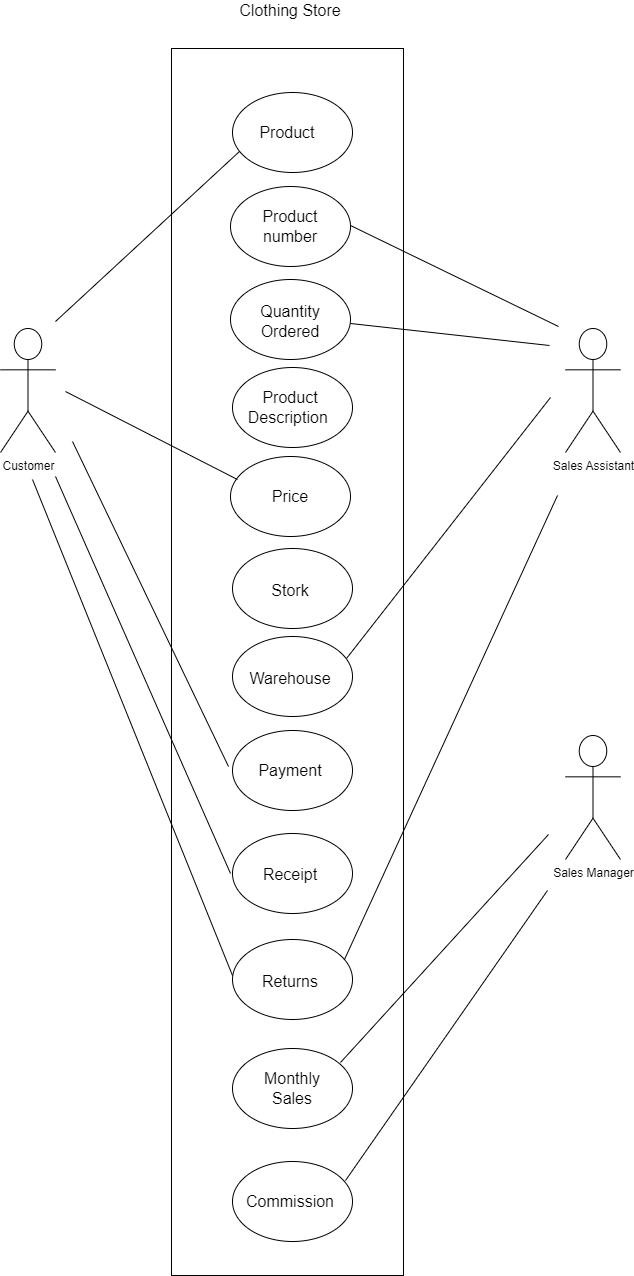
The draw.io diagram Untitled Diagram.drawio.png in Jessnet7/UML, before a commit. Source tidied: cells renumbered, new cells last; positions are measured from the earlier drawing's top-left corner, leaving out a move shared by most shapes.
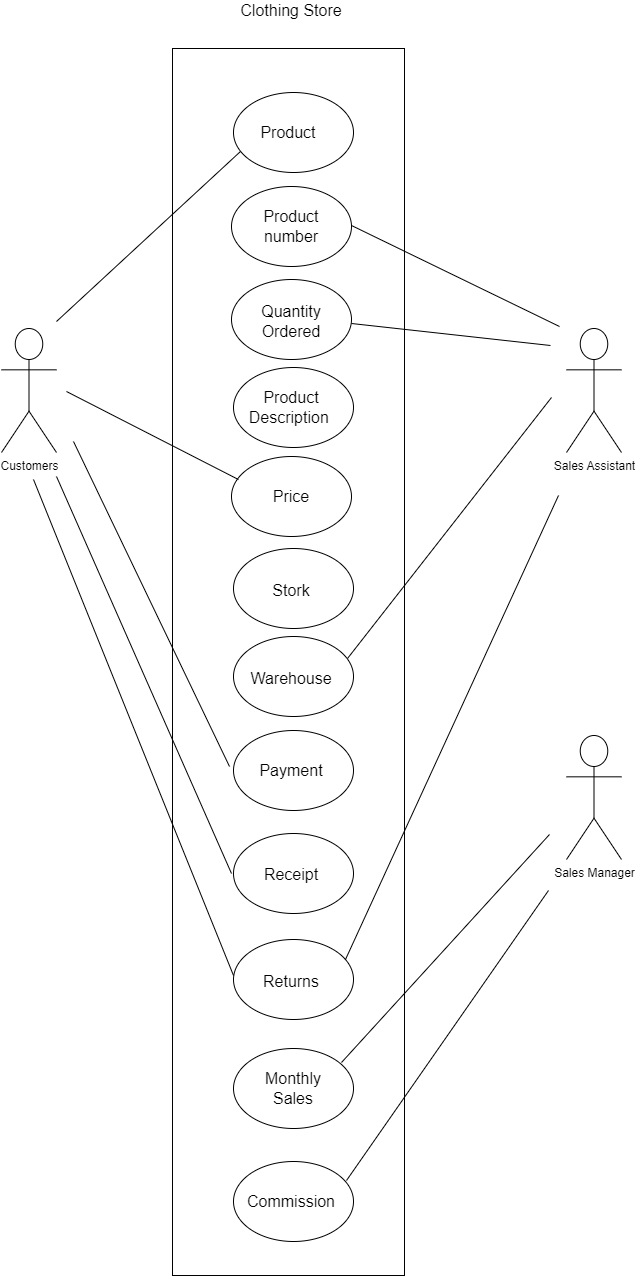
After the commit.

Diff of the diagram source:
```diff
@@ -80,7 +80,7 @@
     <mxCell id="27" value="Commission" style="text;html=1;align=center;verticalAlign=middle;whiteSpace=wrap;rounded=0;fontSize=16;" parent="1" vertex="1">
       <mxGeometry x="260" y="1185" width="60" height="30" as="geometry" />
     </mxCell>
-    <mxCell id="28" value="Customer" style="shape=umlActor;verticalLabelPosition=bottom;verticalAlign=top;html=1;" parent="1" vertex="1">
+    <mxCell id="28" value="Customers" style="shape=umlActor;verticalLabelPosition=bottom;verticalAlign=top;html=1;" parent="1" vertex="1">
       <mxGeometry y="327" width="55" height="124" as="geometry" />
     </mxCell>
     <mxCell id="29" style="endArrow=none;html=1;rounded=0;fontSize=12;startSize=8;endSize=8;curved=1;" parent="1" edge="1">
```
